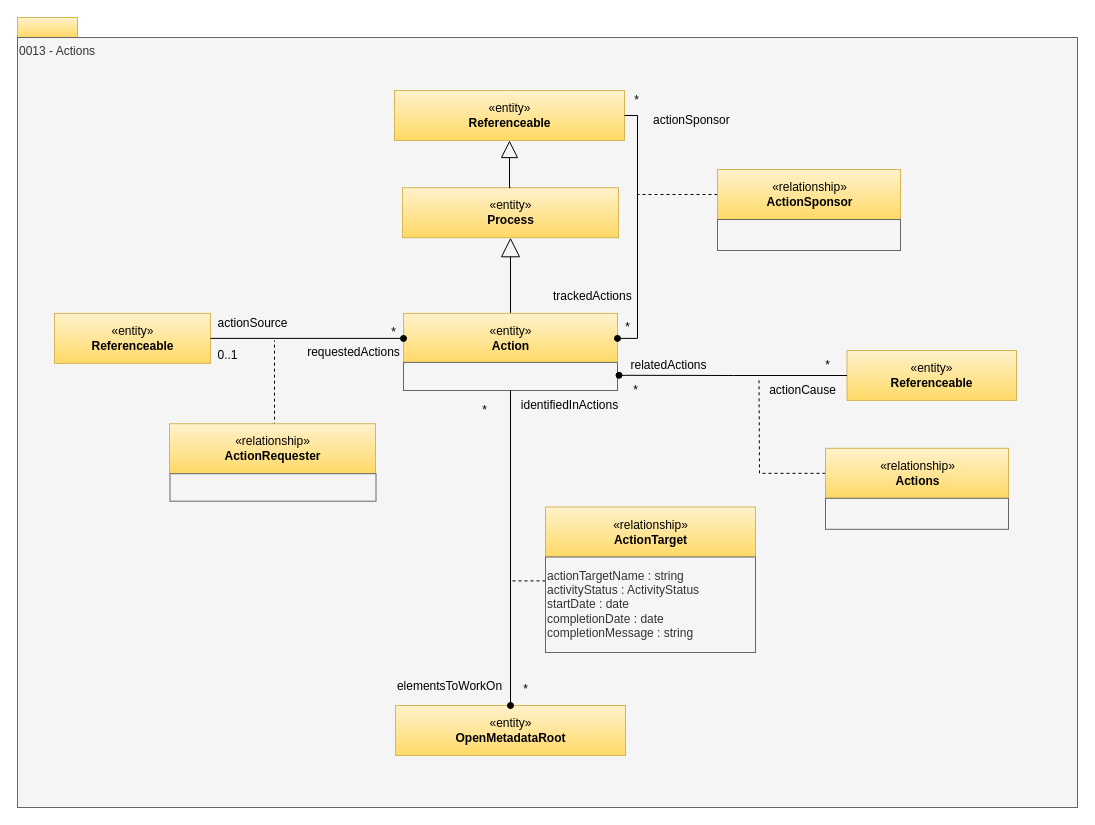
Earlier version of the draw.io diagram page "0013-Actions" (7 of 32) of site/docs/types/0/area-0-basic-types-and-infrastructure.drawio (odpi/egeria-docs). Source tidied: cells renumbered, new cells numbered last; positions are measured from the earlier drawing's top-left corner, leaving out a move shared by most shapes. Both pictures are drawn from the tidied source at 100%, with x=0, y=0 at pixel (17, 17).
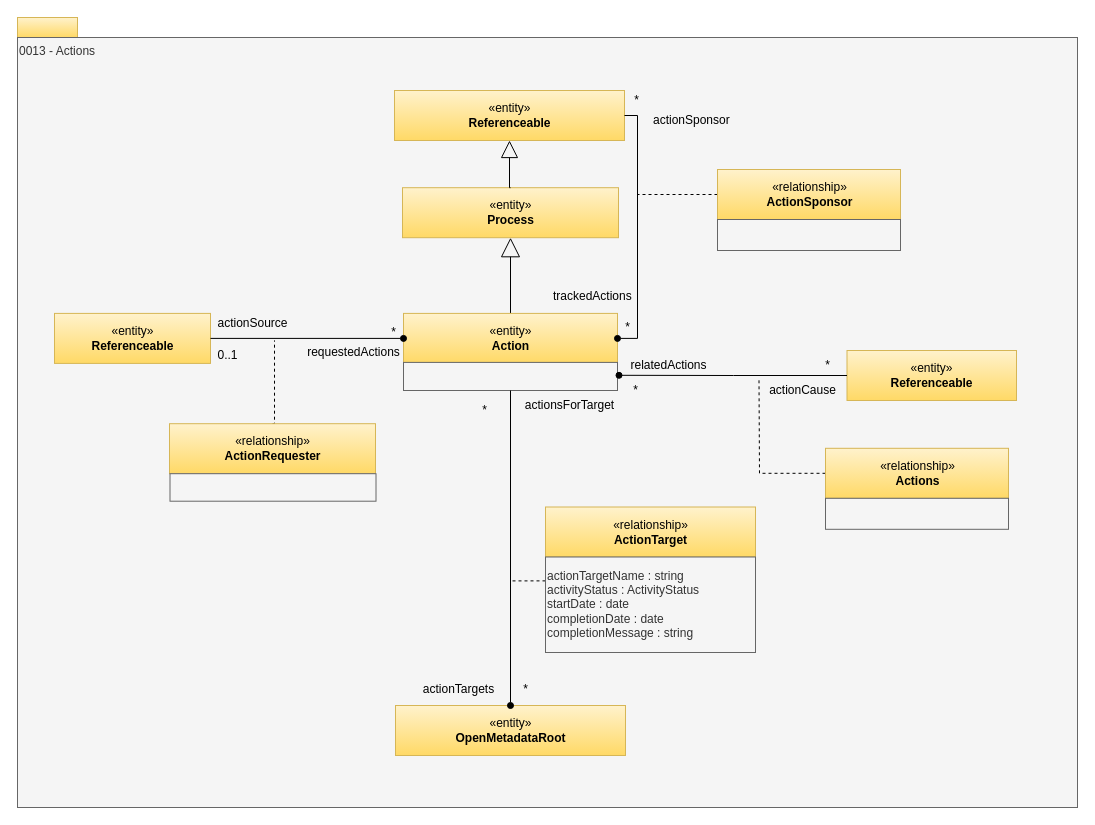
After the change.

The edit, as a diff of the source:
```diff
@@
-    <mxCell id="33" value="identifiedInActions" style="text;html=1;align=center;verticalAlign=middle;strokeColor=none;" parent="1" vertex="1">
-      <mxGeometry x="492" y="373" width="120" height="30" as="geometry" />
+    <mxCell id="33" value="actionsForTarget" style="text;html=1;align=center;verticalAlign=middle;strokeColor=none;" parent="1" vertex="1">
+      <mxGeometry x="497" y="373" width="110" height="30" as="geometry" />
     </mxCell>
-    <mxCell id="34" value="elementsToWorkOn" style="text;html=1;align=center;verticalAlign=middle;strokeColor=none;" parent="1" vertex="1">
-      <mxGeometry x="372" y="659" width="120" height="20" as="geometry" />
+    <mxCell id="34" value="actionTargets" style="text;html=1;align=center;verticalAlign=middle;strokeColor=none;" parent="1" vertex="1">
+      <mxGeometry x="396" y="657" width="90" height="30" as="geometry" />
     </mxCell>
```
